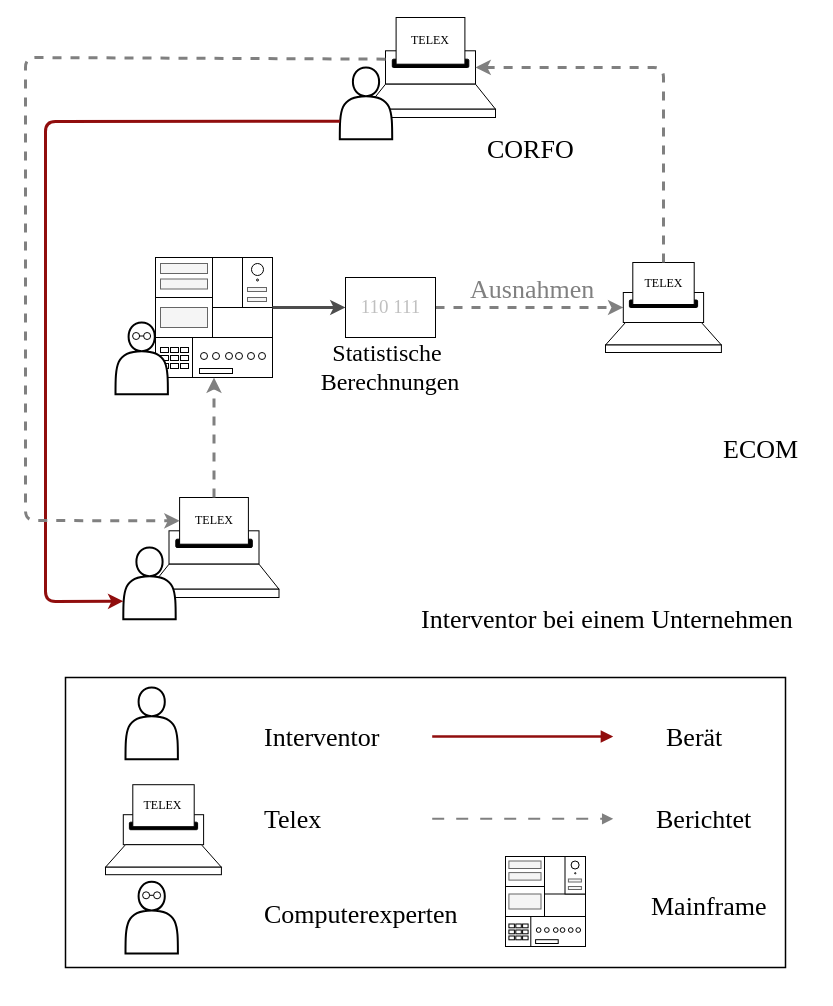
Above: abbildungen/Telex-Aufbau.drawio in LevinTheDoctor/fom-typst-template (draw.io), before the change. Source tidied: cells renumbered, new cells numbered last; positions are measured from the earlier drawing's top-left corner, leaving out a move shared by most shapes. Both pictures are drawn from the tidied source at 100%, with x=0, y=0 at pixel (25, 17). Pictures stored in the file or linked from it are replaced by grey dashed boxes.
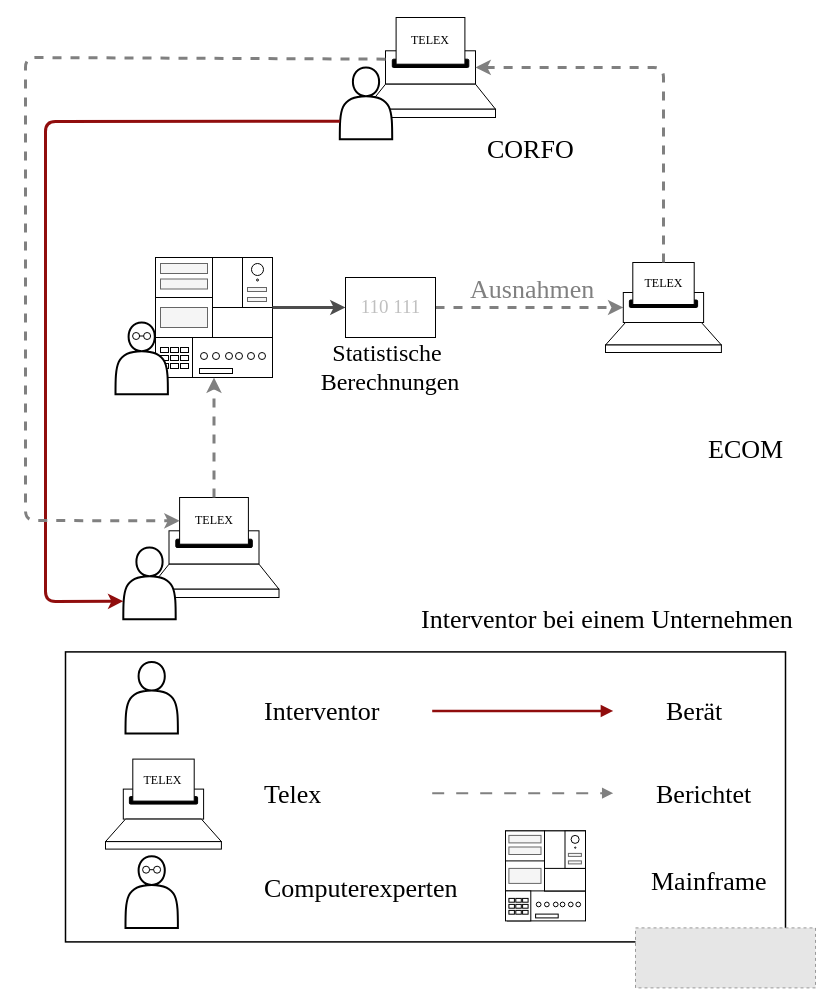
After the change.

Diff of the diagram source:
```diff
@@
     <mxCell id="4" style="rounded=0;html=1;fillColor=none;strokeColor=#000000;strokeWidth=1.5;" parent="1" vertex="1">
-      <mxGeometry x="40" y="660" width="720" height="290" as="geometry" />
+      <mxGeometry x="40" y="634.4" width="720" height="290" as="geometry" />
     </mxCell>
     <mxCell id="5" style="shape=actor;whiteSpace=wrap;html=1;fillColor=#FFFFFF;strokeColor=#000000;strokeWidth=2;" parent="1" vertex="1">
-      <mxGeometry x="100" y="670" width="52.4" height="71.7" as="geometry" />
+      <mxGeometry x="100" y="644.4" width="52.4" height="71.7" as="geometry" />
     </mxCell>
     <mxCell id="6" value="Interventor" style="text;html=1;align=left;verticalAlign=middle;fontFamily=Times New Roman;fontSize=26;fontColor=#000000;" parent="1" vertex="1">
-      <mxGeometry x="236.7" y="687.8" width="286.6" height="64.4" as="geometry" />
+      <mxGeometry x="236.7" y="662.2" width="286.6" height="64.4" as="geometry" />
     </mxCell>
     <mxCell id="7" style="html=1;strokeColor=#900D0D;strokeWidth=2.5;endArrow=block;endFill=1;endSize=6;dashed=0;" parent="1" edge="1">
       <mxGeometry relative="1" as="geometry">
-        <mxPoint x="406.7" y="719.1" as="sourcePoint" />
-        <mxPoint x="587.7" y="719.1" as="targetPoint" />
+        <mxPoint x="406.7" y="693.5" as="sourcePoint" />
+        <mxPoint x="587.7" y="693.5" as="targetPoint" />
       </mxGeometry>
     </mxCell>
     <mxCell id="8" value="Berät" style="text;html=1;align=left;verticalAlign=middle;fontFamily=Times New Roman;fontSize=26;fontColor=#000000;" parent="1" vertex="1">
-      <mxGeometry x="639.1" y="687.8" width="90.9" height="64.4" as="geometry" />
+      <mxGeometry x="639.1" y="662.2" width="90.9" height="64.4" as="geometry" />
     </mxCell>
     <mxCell id="9" style="html=1;strokeColor=#808080;strokeWidth=2.0;endArrow=block;endFill=1;endSize=6;dashed=1;dashPattern=6 6;" parent="1" edge="1">
       <mxGeometry relative="1" as="geometry">
-        <mxPoint x="406.7" y="801.3" as="sourcePoint" />
-        <mxPoint x="587.7" y="801.3" as="targetPoint" />
+        <mxPoint x="406.7" y="775.7" as="sourcePoint" />
+        <mxPoint x="587.7" y="775.7" as="targetPoint" />
       </mxGeometry>
     </mxCell>
     <mxCell id="10" value="Berichtet" style="text;html=1;align=left;verticalAlign=middle;fontFamily=Times New Roman;fontSize=26;fontColor=#000000;" parent="1" vertex="1">
-      <mxGeometry x="629.1" y="770" width="120.9" height="64.4" as="geometry" />
+      <mxGeometry x="629.1" y="744.4" width="120.9" height="64.4" as="geometry" />
     </mxCell>
     <mxCell id="11" value="Telex" style="text;html=1;align=left;verticalAlign=middle;fontFamily=Times New Roman;fontSize=26;fontColor=#000000;" parent="1" vertex="1">
-      <mxGeometry x="236.7" y="770" width="286.6" height="64.4" as="geometry" />
+      <mxGeometry x="236.7" y="744.4" width="286.6" height="64.4" as="geometry" />
     </mxCell>
@@
     <mxCell id="20" value="Computerexperten" style="text;html=1;align=left;verticalAlign=middle;fontFamily=Times New Roman;fontSize=26;fontColor=#000000;" parent="1" vertex="1">
-      <mxGeometry x="236.7" y="864.3" width="286.6" height="64.4" as="geometry" />
+      <mxGeometry x="236.7" y="838.7" width="286.6" height="64.4" as="geometry" />
     </mxCell>
@@
     <mxCell id="29" style="group;" parent="1" vertex="1">
-      <mxGeometry x="100" y="864.3" width="52.4" height="71.7" as="geometry" />
+      <mxGeometry x="100" y="838.7" width="52.4" height="71.7" as="geometry" />
     </mxCell>
@@
     <mxCell id="65" style="group;" parent="1" vertex="1">
-      <mxGeometry x="480" y="839" width="80" height="90" as="geometry" />
+      <mxGeometry x="480" y="813.4" width="80" height="90" as="geometry" />
     </mxCell>
@@
     <mxCell id="96" value="Mainframe" style="text;html=1;align=left;verticalAlign=middle;fontFamily=Times New Roman;fontSize=26;fontColor=#000000;" parent="1" vertex="1">
-      <mxGeometry x="624.1" y="857.2" width="130.9" height="64.4" as="geometry" />
+      <mxGeometry x="624.1" y="831.6" width="130.9" height="64.4" as="geometry" />
     </mxCell>
@@
     <mxCell id="107" value="ECOM" style="text;html=1;align=left;verticalAlign=middle;fontFamily=Times New Roman;fontSize=26;fontColor=#000000;" parent="1" vertex="1">
-      <mxGeometry x="695.9" y="400" width="80" height="64.4" as="geometry" />
+      <mxGeometry x="680.6" y="400" width="80" height="64.4" as="geometry" />
     </mxCell>
     <mxCell id="108" style="group;" parent="1" vertex="1">
-      <mxGeometry x="80" y="767.2" width="115.9" height="90" as="geometry" />
+      <mxGeometry x="80" y="741.6" width="115.9" height="90" as="geometry" />
     </mxCell>
@@
+    <mxCell id="129" style="fillColor=#E6E6E6;strokeColor=#999999;dashed=1;verticalLabelPosition=bottom;labelBackgroundColor=default;verticalAlign=top;" parent="1" vertex="1">
+      <mxGeometry x="610" y="910.4" width="180" height="60" as="geometry" />
+    </mxCell>
```
